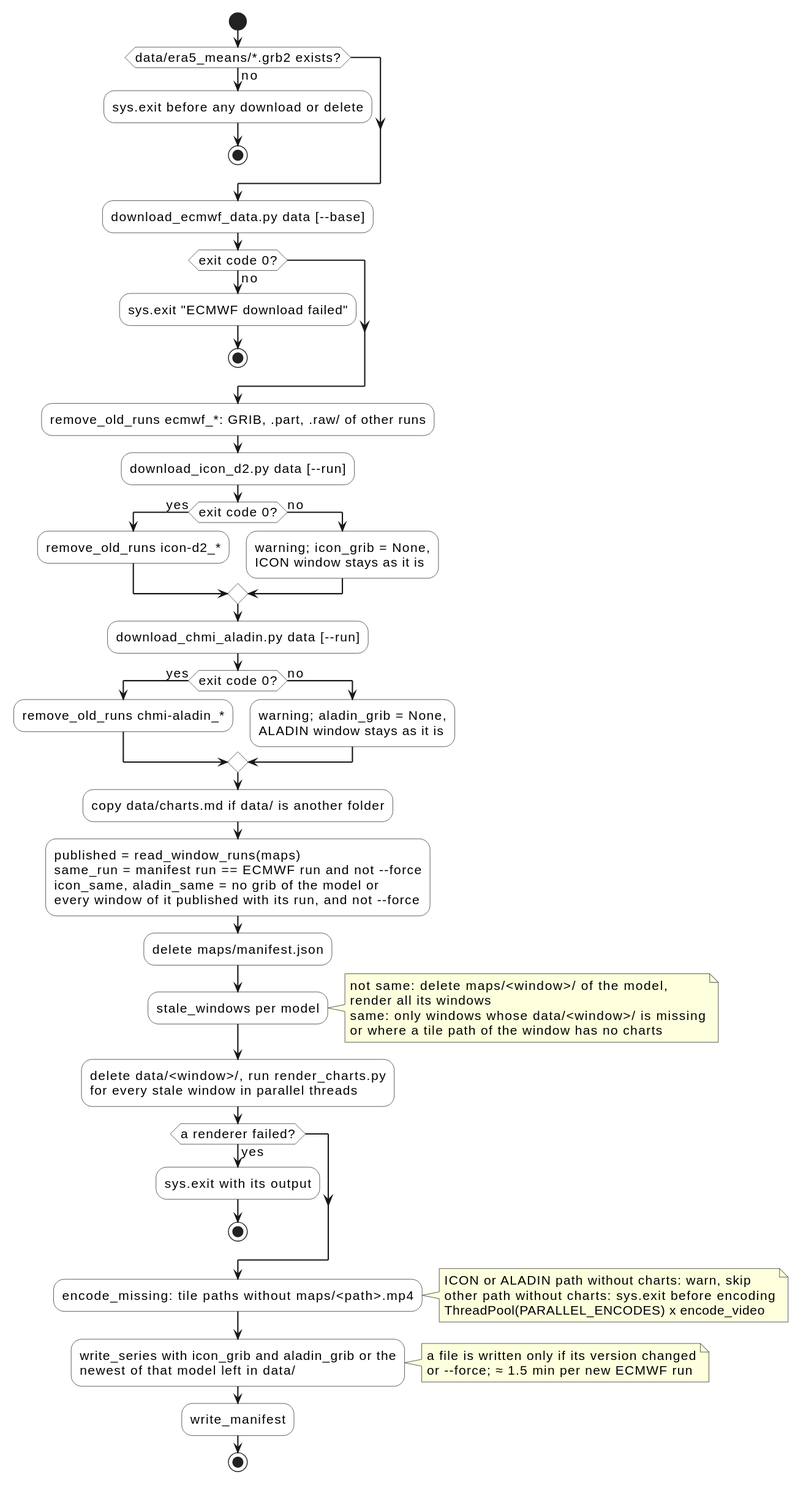
The PlantUML diagram docs/update_maps.svg in schletz/wetterkartenviewer, before a commit. Source of this version:
```plantuml
@startuml
skinparam shadowing false
skinparam classAttributeIconSize 0
skinparam defaultFontSize 15
skinparam ArrowThickness 1.5
skinparam class {
  BackgroundColor #ffffff
  HeaderBackgroundColor #ededed
  BorderColor #1d1d1b
  BorderThickness 1.5
  FontStyle bold
}
skinparam stereotypeCBackgroundColor #d1ebf7
skinparam stereotypeABackgroundColor #fdebd1
skinparam stereotypeIBackgroundColor #e5f4f1
skinparam stereotypeEBackgroundColor #e5f1d9
skinparam component {
  BackgroundColor #ffffff
  BorderColor #1d1d1b
  BorderThickness 1.5
}
skinparam artifact {
  BackgroundColor #d1ebf7
  BorderColor #1d1d1b
}
skinparam folder {
  BackgroundColor #ffffff
  BorderColor #1d1d1b
}
skinparam node {
  BackgroundColor #ededed
  BorderColor #1d1d1b
}
skinparam cloud {
  BackgroundColor #fdebd1
  BorderColor #1d1d1b
}
skinparam activity {
  BackgroundColor #ffffff
  BorderColor #1d1d1b
}
skinparam nodesep 15
skinparam ranksep 30
start
if (data/era5_means/*.grb2 exists?) then (no)
 :sys.exit before any download or delete;
 stop
endif
:download_ecmwf_data.py data [--base];
if (exit code 0?) then (no)
 :sys.exit "ECMWF download failed";
 stop
endif
:remove_old_runs ecmwf_*: GRIB, .part, .raw/ of other runs;
:download_icon_d2.py data [--run];
if (exit code 0?) then (yes)
 :remove_old_runs icon-d2_*;
else (no)
 :warning; icon_grib = None,
 ICON window stays as it is;
endif
:download_chmi_aladin.py data [--run];
if (exit code 0?) then (yes)
 :remove_old_runs chmi-aladin_*;
else (no)
 :warning; aladin_grib = None,
 ALADIN window stays as it is;
endif
:copy data/charts.md if data/ is another folder;
:published = read_window_runs(maps)
same_run = manifest run == ECMWF run and not --force
icon_same, aladin_same = no grib of the model or
every window of it published with its run, and not --force;
:delete maps/manifest.json;
:stale_windows per model;
note right
 not same: delete maps/<window>/ of the model,
 render all its windows
 same: only windows whose data/<window>/ is missing
 or where a tile path of the window has no charts
end note
:delete data/<window>/, run render_charts.py
for every stale window in parallel threads;
if (a renderer failed?) then (yes)
 :sys.exit with its output;
 stop
endif
:encode_missing: tile paths without maps/<path>.mp4;
note right
 ICON or ALADIN path without charts: warn, skip
 other path without charts: sys.exit before encoding
 ThreadPool(PARALLEL_ENCODES) x encode_video
end note
:write_series with icon_grib and aladin_grib or the
newest of that model left in data/;
note right
 a file is written only if its version changed
 or --force; ≈ 1.5 min per new ECMWF run
end note
:write_manifest;
stop
@enduml
```
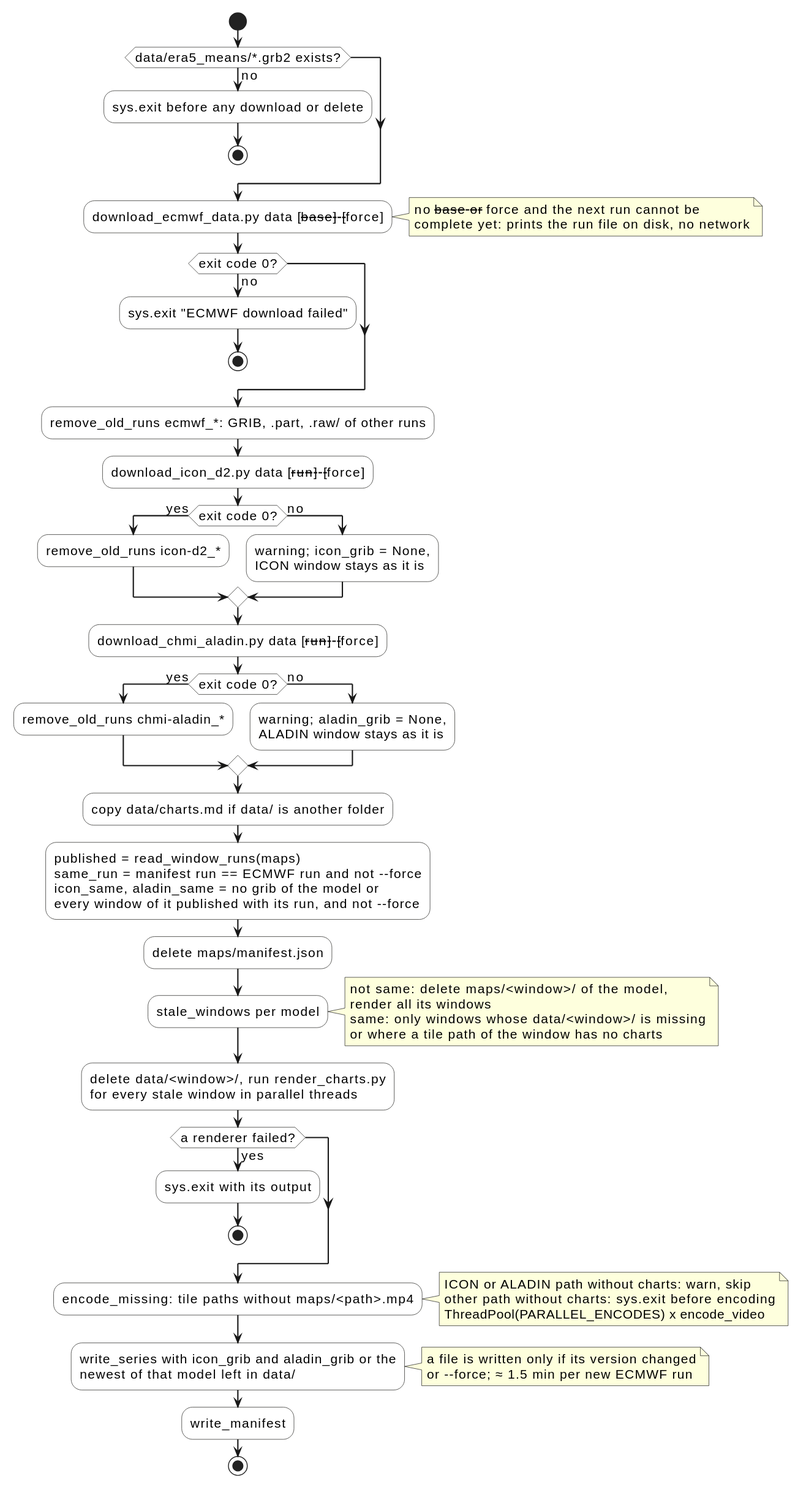
Above is the later version.

Commit message:
Ask the model servers only when a new run can be complete [skip ci]

What changed in the source:
```diff
@@ -46,20 +46,24 @@
  :sys.exit before any download or delete;
  stop
 endif
-:download_ecmwf_data.py data [--base];
+:download_ecmwf_data.py data [--base] [--force];
+note right
+ no --base or --force and the next run cannot be
+ complete yet: prints the run file on disk, no network
+end note
 if (exit code 0?) then (no)
  :sys.exit "ECMWF download failed";
  stop
 endif
 :remove_old_runs ecmwf_*: GRIB, .part, .raw/ of other runs;
-:download_icon_d2.py data [--run];
+:download_icon_d2.py data [--run] [--force];
 if (exit code 0?) then (yes)
  :remove_old_runs icon-d2_*;
 else (no)
  :warning; icon_grib = None,
  ICON window stays as it is;
 endif
-:download_chmi_aladin.py data [--run];
+:download_chmi_aladin.py data [--run] [--force];
 if (exit code 0?) then (yes)
  :remove_old_runs chmi-aladin_*;
 else (no)
```
